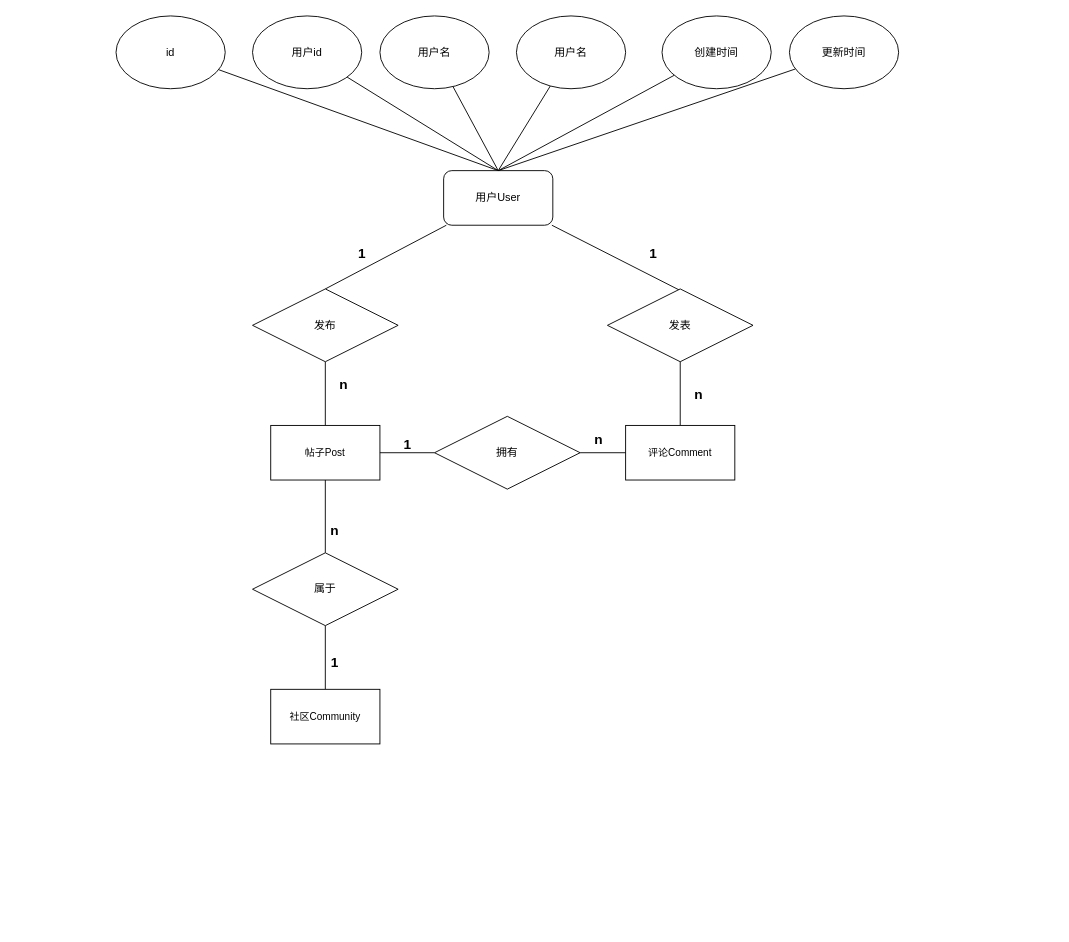
Earlier version of the draw.io diagram 论坛E-R图.drawio (ziluo-qiuping/SE2022). Source tidied: cells renumbered, new cells numbered last; positions are measured from the earlier drawing's top-left corner, leaving out a move shared by most shapes. Both pictures are drawn from the tidied source at 91%, with x=0, y=0 at pixel (116, 15).
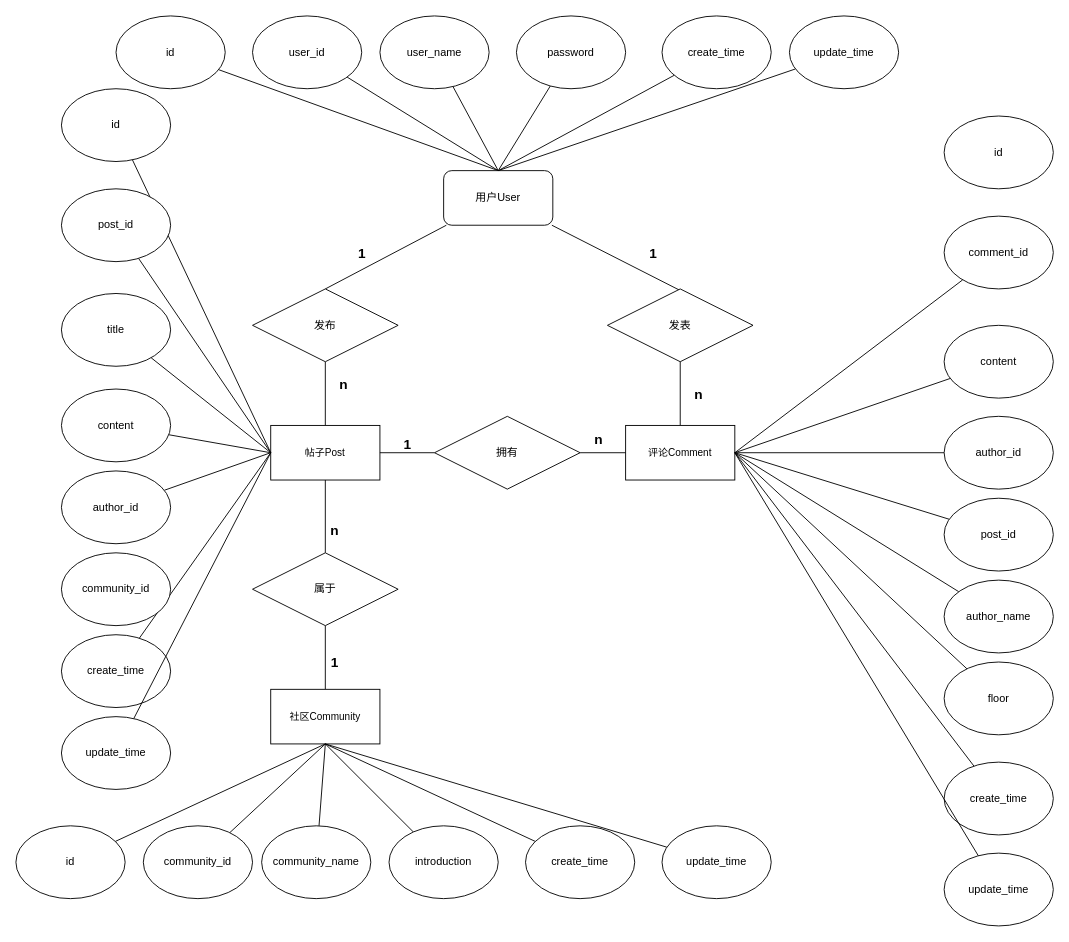
After the change.

Commit message:
更新论坛E-R图.drawio

The change refers to these unchanged cells:
```xml
<mxCell id="19" value="帖子Post" style="rounded=0;whiteSpace=wrap;html=1;fontFamily=Helvetica;fontSize=11;fontColor=default;" parent="1" vertex="1">
  <mxGeometry x="170" y="450" width="120" height="60" as="geometry" />
</mxCell>
<mxCell id="24" value="评论Comment" style="rounded=0;whiteSpace=wrap;html=1;fontFamily=Helvetica;fontSize=11;fontColor=default;" parent="1" vertex="1">
  <mxGeometry x="560" y="450" width="120" height="60" as="geometry" />
</mxCell>
<mxCell id="36" value="社区Community" style="rounded=0;whiteSpace=wrap;html=1;fontFamily=Helvetica;fontSize=11;fontColor=default;" parent="1" vertex="1">
  <mxGeometry x="170" y="740" width="120" height="60" as="geometry" />
</mxCell>
```

Diff of the diagram source:
```diff
@@
-    <mxCell id="5" value="用户id" style="ellipse;whiteSpace=wrap;html=1;" parent="1" vertex="1">
+    <mxCell id="5" value="user_id" style="ellipse;whiteSpace=wrap;html=1;" parent="1" vertex="1">
       <mxGeometry x="150" width="120" height="80" as="geometry" />
     </mxCell>
@@
-    <mxCell id="7" value="用户名" style="ellipse;whiteSpace=wrap;html=1;" parent="1" vertex="1">
+    <mxCell id="7" value="user_name" style="ellipse;whiteSpace=wrap;html=1;" parent="1" vertex="1">
       <mxGeometry x="290" width="120" height="80" as="geometry" />
     </mxCell>
@@
-    <mxCell id="12" value="用户名" style="ellipse;whiteSpace=wrap;html=1;" parent="1" vertex="1">
+    <mxCell id="12" value="password" style="ellipse;whiteSpace=wrap;html=1;" parent="1" vertex="1">
       <mxGeometry x="440" width="120" height="80" as="geometry" />
     </mxCell>
@@
-    <mxCell id="14" value="创建时间" style="ellipse;whiteSpace=wrap;html=1;" parent="1" vertex="1">
+    <mxCell id="14" value="create_time" style="ellipse;whiteSpace=wrap;html=1;" parent="1" vertex="1">
       <mxGeometry x="600" width="120" height="80" as="geometry" />
     </mxCell>
@@
-    <mxCell id="16" value="更新时间" style="ellipse;whiteSpace=wrap;html=1;" parent="1" vertex="1">
+    <mxCell id="16" value="update_time" style="ellipse;whiteSpace=wrap;html=1;" parent="1" vertex="1">
       <mxGeometry x="740" width="120" height="80" as="geometry" />
     </mxCell>
@@
+    <mxCell id="38" style="rounded=0;jettySize=auto;html=1;entryX=0;entryY=0.5;entryDx=0;entryDy=0;endArrow=none;endFill=0;" parent="1" edge="1" source="39" target="19">
+      <mxGeometry relative="1" as="geometry" />
+    </mxCell>
+    <mxCell id="39" value="id" style="ellipse;whiteSpace=wrap;html=1;" parent="1" vertex="1">
+      <mxGeometry x="-60" y="80" width="120" height="80" as="geometry" />
+    </mxCell>
+    <mxCell id="40" style="edgeStyle=none;rounded=0;jettySize=auto;html=1;entryX=0;entryY=0.5;entryDx=0;entryDy=0;endArrow=none;endFill=0;" parent="1" edge="1" source="41" target="19">
+      <mxGeometry relative="1" as="geometry" />
+    </mxCell>
+    <mxCell id="41" value="post_id" style="ellipse;whiteSpace=wrap;html=1;" parent="1" vertex="1">
+      <mxGeometry x="-60" y="190" width="120" height="80" as="geometry" />
+    </mxCell>
+    <mxCell id="42" style="edgeStyle=none;rounded=0;jettySize=auto;html=1;entryX=0;entryY=0.5;entryDx=0;entryDy=0;endArrow=none;endFill=0;" parent="1" edge="1" source="43" target="19">
+      <mxGeometry relative="1" as="geometry" />
+    </mxCell>
+    <mxCell id="43" value="title" style="ellipse;whiteSpace=wrap;html=1;" parent="1" vertex="1">
+      <mxGeometry x="-60" y="305" width="120" height="80" as="geometry" />
+    </mxCell>
+    <mxCell id="44" style="edgeStyle=none;rounded=0;jettySize=auto;html=1;entryX=0;entryY=0.5;entryDx=0;entryDy=0;endArrow=none;endFill=0;" parent="1" edge="1" source="45" target="19">
+      <mxGeometry relative="1" as="geometry" />
+    </mxCell>
+    <mxCell id="45" value="content" style="ellipse;whiteSpace=wrap;html=1;" parent="1" vertex="1">
+      <mxGeometry x="-60" y="410" width="120" height="80" as="geometry" />
+    </mxCell>
+    <mxCell id="46" style="edgeStyle=none;rounded=0;jettySize=auto;html=1;entryX=0;entryY=0.5;entryDx=0;entryDy=0;endArrow=none;endFill=0;" parent="1" edge="1" source="47" target="19">
+      <mxGeometry relative="1" as="geometry" />
+    </mxCell>
+    <mxCell id="47" value="create_time" style="ellipse;whiteSpace=wrap;html=1;" parent="1" vertex="1">
+      <mxGeometry x="-60" y="680" width="120" height="80" as="geometry" />
+    </mxCell>
+    <mxCell id="48" style="edgeStyle=none;rounded=0;jettySize=auto;html=1;entryX=0;entryY=0.5;entryDx=0;entryDy=0;endArrow=none;endFill=0;" parent="1" edge="1" source="49" target="19">
+      <mxGeometry relative="1" as="geometry" />
+    </mxCell>
+    <mxCell id="49" value="update_time" style="ellipse;whiteSpace=wrap;html=1;" parent="1" vertex="1">
+      <mxGeometry x="-60" y="770" width="120" height="80" as="geometry" />
+    </mxCell>
+    <mxCell id="50" style="edgeStyle=none;rounded=0;jettySize=auto;html=1;entryX=0.5;entryY=1;entryDx=0;entryDy=0;endArrow=none;endFill=0;" parent="1" edge="1" source="51" target="36">
+      <mxGeometry relative="1" as="geometry" />
+    </mxCell>
+    <mxCell id="51" value="update_time" style="ellipse;whiteSpace=wrap;html=1;" parent="1" vertex="1">
+      <mxGeometry x="600" y="890" width="120" height="80" as="geometry" />
+    </mxCell>
+    <mxCell id="52" style="edgeStyle=none;rounded=0;jettySize=auto;html=1;entryX=0.5;entryY=1;entryDx=0;entryDy=0;endArrow=none;endFill=0;" parent="1" edge="1" source="53" target="36">
+      <mxGeometry relative="1" as="geometry" />
+    </mxCell>
+    <mxCell id="53" value="create_time" style="ellipse;whiteSpace=wrap;html=1;" parent="1" vertex="1">
+      <mxGeometry x="450" y="890" width="120" height="80" as="geometry" />
+    </mxCell>
+    <mxCell id="54" style="edgeStyle=none;rounded=0;jettySize=auto;html=1;entryX=0.5;entryY=1;entryDx=0;entryDy=0;endArrow=none;endFill=0;" parent="1" edge="1" source="55" target="36">
+      <mxGeometry relative="1" as="geometry" />
+    </mxCell>
+    <mxCell id="55" value="id" style="ellipse;whiteSpace=wrap;html=1;" parent="1" vertex="1">
+      <mxGeometry x="-110" y="890" width="120" height="80" as="geometry" />
+    </mxCell>
+    <mxCell id="56" style="edgeStyle=none;rounded=0;jettySize=auto;html=1;entryX=0.5;entryY=1;entryDx=0;entryDy=0;endArrow=none;endFill=0;" parent="1" edge="1" source="57" target="36">
+      <mxGeometry relative="1" as="geometry" />
+    </mxCell>
+    <mxCell id="57" value="community_id" style="ellipse;whiteSpace=wrap;html=1;" parent="1" vertex="1">
+      <mxGeometry x="30" y="890" width="120" height="80" as="geometry" />
+    </mxCell>
+    <mxCell id="58" style="edgeStyle=none;rounded=0;jettySize=auto;html=1;entryX=0.5;entryY=1;entryDx=0;entryDy=0;endArrow=none;endFill=0;" parent="1" edge="1" source="59" target="36">
+      <mxGeometry relative="1" as="geometry" />
+    </mxCell>
+    <mxCell id="59" value="community_name" style="ellipse;whiteSpace=wrap;html=1;" parent="1" vertex="1">
+      <mxGeometry x="160" y="890" width="120" height="80" as="geometry" />
+    </mxCell>
+    <mxCell id="60" style="edgeStyle=none;rounded=0;jettySize=auto;html=1;entryX=0.5;entryY=1;entryDx=0;entryDy=0;endArrow=none;endFill=0;" parent="1" edge="1" source="61" target="36">
+      <mxGeometry relative="1" as="geometry" />
+    </mxCell>
+    <mxCell id="61" value="introduction" style="ellipse;whiteSpace=wrap;html=1;" parent="1" vertex="1">
+      <mxGeometry x="300" y="890" width="120" height="80" as="geometry" />
+    </mxCell>
+    <mxCell id="62" style="edgeStyle=none;rounded=0;jettySize=auto;html=1;entryX=0;entryY=0.5;entryDx=0;entryDy=0;endArrow=none;endFill=0;" parent="1" edge="1" source="63" target="19">
+      <mxGeometry relative="1" as="geometry" />
+    </mxCell>
+    <mxCell id="63" value="author_id" style="ellipse;whiteSpace=wrap;html=1;" parent="1" vertex="1">
+      <mxGeometry x="-60" y="500" width="120" height="80" as="geometry" />
+    </mxCell>
+    <mxCell id="64" value="community_id" style="ellipse;whiteSpace=wrap;html=1;" parent="1" vertex="1">
+      <mxGeometry x="-60" y="590" width="120" height="80" as="geometry" />
+    </mxCell>
+    <mxCell id="65" value="id" style="ellipse;whiteSpace=wrap;html=1;" parent="1" vertex="1">
+      <mxGeometry x="910" y="110" width="120" height="80" as="geometry" />
+    </mxCell>
+    <mxCell id="66" style="edgeStyle=none;rounded=0;jettySize=auto;html=1;entryX=1;entryY=0.5;entryDx=0;entryDy=0;endArrow=none;endFill=0;" parent="1" edge="1" source="67" target="24">
+      <mxGeometry relative="1" as="geometry" />
+    </mxCell>
+    <mxCell id="67" value="comment_id" style="ellipse;whiteSpace=wrap;html=1;" parent="1" vertex="1">
+      <mxGeometry x="910" y="220" width="120" height="80" as="geometry" />
+    </mxCell>
+    <mxCell id="68" style="edgeStyle=none;rounded=0;jettySize=auto;html=1;entryX=1;entryY=0.5;entryDx=0;entryDy=0;endArrow=none;endFill=0;" parent="1" edge="1" source="69" target="24">
+      <mxGeometry relative="1" as="geometry" />
+    </mxCell>
+    <mxCell id="69" value="post_id" style="ellipse;whiteSpace=wrap;html=1;" parent="1" vertex="1">
+      <mxGeometry x="910" y="530" width="120" height="80" as="geometry" />
+    </mxCell>
+    <mxCell id="70" style="edgeStyle=none;rounded=0;jettySize=auto;html=1;entryX=1;entryY=0.5;entryDx=0;entryDy=0;endArrow=none;endFill=0;" parent="1" edge="1" source="71" target="24">
+      <mxGeometry relative="1" as="geometry" />
+    </mxCell>
+    <mxCell id="71" value="content" style="ellipse;whiteSpace=wrap;html=1;" parent="1" vertex="1">
+      <mxGeometry x="910" y="340" width="120" height="80" as="geometry" />
+    </mxCell>
+    <mxCell id="72" style="edgeStyle=none;rounded=0;jettySize=auto;html=1;entryX=1;entryY=0.5;entryDx=0;entryDy=0;endArrow=none;endFill=0;" parent="1" edge="1" source="73" target="24">
+      <mxGeometry relative="1" as="geometry" />
+    </mxCell>
+    <mxCell id="73" value="create_time" style="ellipse;whiteSpace=wrap;html=1;" parent="1" vertex="1">
+      <mxGeometry x="910" y="820" width="120" height="80" as="geometry" />
+    </mxCell>
+    <mxCell id="74" style="edgeStyle=none;rounded=0;jettySize=auto;html=1;entryX=1;entryY=0.5;entryDx=0;entryDy=0;endArrow=none;endFill=0;" parent="1" edge="1" source="75" target="24">
+      <mxGeometry relative="1" as="geometry" />
+    </mxCell>
+    <mxCell id="75" value="author_id" style="ellipse;whiteSpace=wrap;html=1;" parent="1" vertex="1">
+      <mxGeometry x="910" y="440" width="120" height="80" as="geometry" />
+    </mxCell>
+    <mxCell id="76" style="edgeStyle=none;rounded=0;jettySize=auto;html=1;entryX=1;entryY=0.5;entryDx=0;entryDy=0;endArrow=none;endFill=0;" parent="1" edge="1" source="77" target="24">
+      <mxGeometry relative="1" as="geometry" />
+    </mxCell>
+    <mxCell id="77" value="floor" style="ellipse;whiteSpace=wrap;html=1;" parent="1" vertex="1">
+      <mxGeometry x="910" y="710" width="120" height="80" as="geometry" />
+    </mxCell>
+    <mxCell id="78" style="edgeStyle=none;rounded=0;jettySize=auto;html=1;entryX=1;entryY=0.5;entryDx=0;entryDy=0;endArrow=none;endFill=0;" parent="1" edge="1" source="79" target="24">
+      <mxGeometry relative="1" as="geometry" />
+    </mxCell>
+    <mxCell id="79" value="update_time" style="ellipse;whiteSpace=wrap;html=1;" parent="1" vertex="1">
+      <mxGeometry x="910" y="920" width="120" height="80" as="geometry" />
+    </mxCell>
+    <mxCell id="80" style="edgeStyle=none;rounded=0;jettySize=auto;html=1;entryX=1;entryY=0.5;entryDx=0;entryDy=0;endArrow=none;endFill=0;" parent="1" edge="1" source="81" target="24">
+      <mxGeometry relative="1" as="geometry" />
+    </mxCell>
+    <mxCell id="81" value="author_name" style="ellipse;whiteSpace=wrap;html=1;" parent="1" vertex="1">
+      <mxGeometry x="910" y="620" width="120" height="80" as="geometry" />
+    </mxCell>
```
